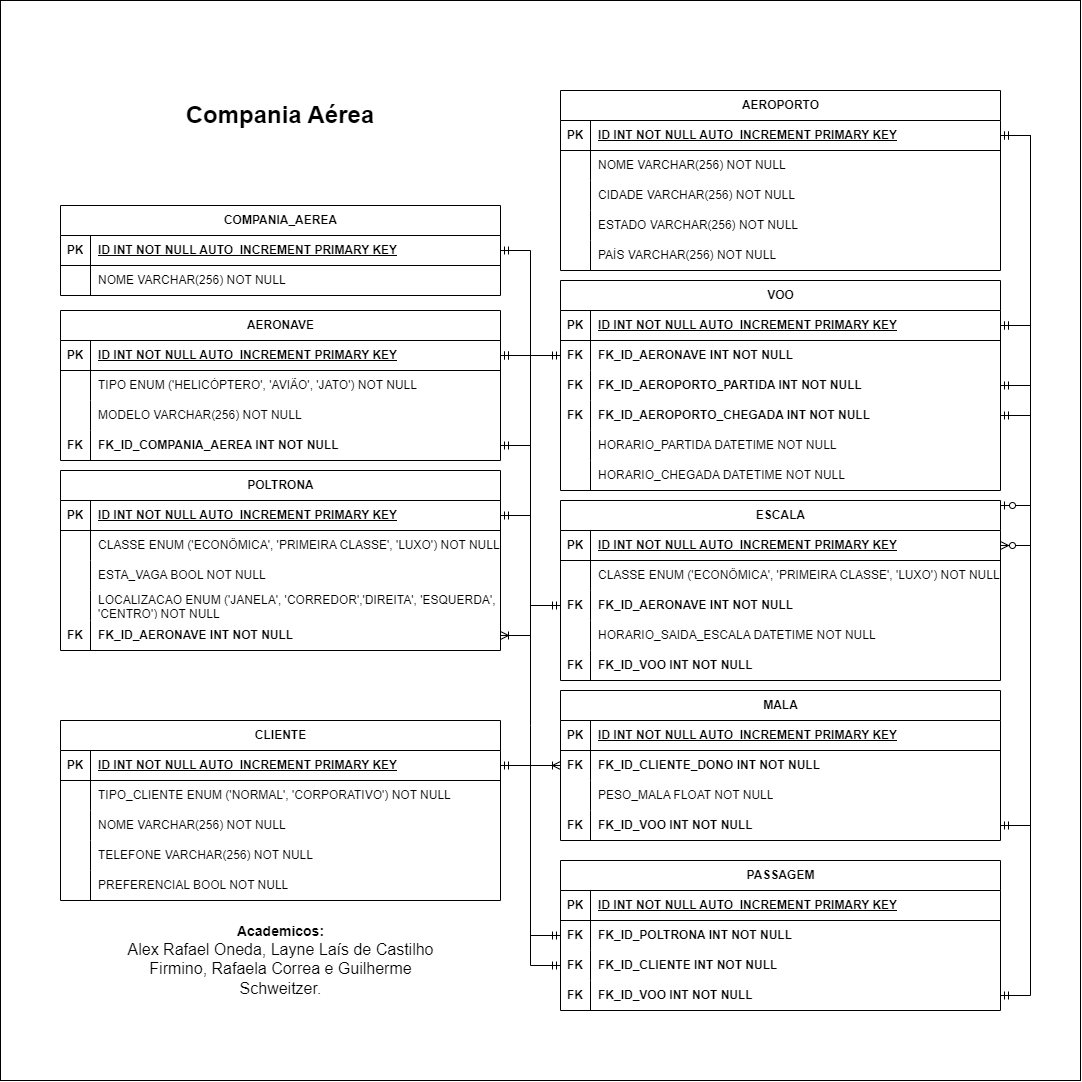
0neda/BD24-01 keeps this draw.io diagram as Sistema Aviação/ER-CompaniaAérea.png. Above is the earlier version. Source tidied: cells renumbered, new cells last; positions are measured from the earlier drawing's top-left corner, leaving out a move shared by most shapes.
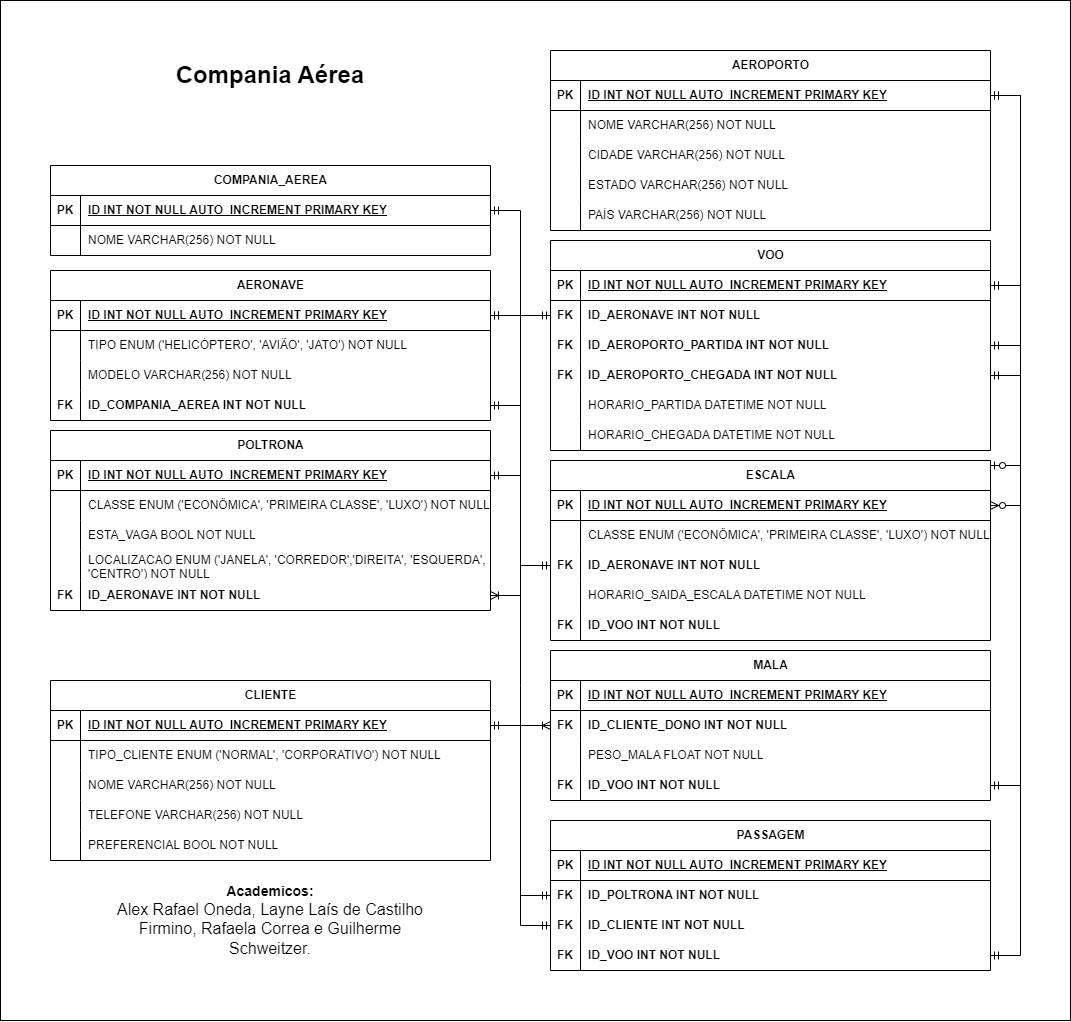
After the commit.

What changed in the source:
```diff
@@ -2,9 +2,9 @@
   <root>
     <mxCell id="0" />
     <mxCell id="1" parent="0" />
-    <mxCell id="2" style="whiteSpace=wrap;html=1;" parent="1" vertex="1">
-      <mxGeometry width="1080" height="1080" as="geometry" />
-    </mxCell>
+    <mxCell id="146" style="rounded=0;whiteSpace=wrap;html=1;" parent="1" vertex="1">
+      <mxGeometry x="10" y="40" width="1070" height="1020" as="geometry" />
+    </mxCell>
     <mxCell id="3" value="COMPANIA_AEREA" style="shape=table;startSize=30;rowLines=0;fontStyle=1;align=center;html=1;" parent="1" vertex="1">
       <mxGeometry x="60" y="205" width="440" height="90" as="geometry" />
     </mxCell>
@@ -53,7 +53,7 @@
     <mxCell id="18" style="shape=partialRectangle;fillColor=none;top=0;left=0;bottom=0;right=0;overflow=hidden;whiteSpace=wrap;html=1;" parent="17" vertex="1">
       <mxGeometry width="30" height="30" as="geometry" />
     </mxCell>
-    <mxCell id="19" value="MODELO VARCHAR(256) NOT NULL" style="shape=partialRectangle;fillColor=none;top=0;left=0;bottom=0;right=0;align=left;spacingLeft=6;overflow=hidden;whiteSpace=wrap;html=1;" parent="17" vertex="1">
+    <mxCell id="19" value="MODELO VARCHAR(256)&amp;nbsp;NOT NULL" style="shape=partialRectangle;fillColor=none;top=0;left=0;bottom=0;right=0;align=left;spacingLeft=6;overflow=hidden;whiteSpace=wrap;html=1;" parent="17" vertex="1">
       <mxGeometry x="30" width="410" height="30" as="geometry" />
     </mxCell>
     <mxCell id="20" style="shape=tableRow;horizontal=0;startSize=0;swimlaneHead=0;swimlaneBody=0;fillColor=none;points=[[0,0.5],[1,0.5]];portConstraint=eastwest;top=0;left=0;right=0;bottom=0;" parent="10" vertex="1">
@@ -62,7 +62,7 @@
     <mxCell id="21" value="FK" style="shape=partialRectangle;fillColor=none;top=0;left=0;bottom=0;right=0;overflow=hidden;whiteSpace=wrap;html=1;fontStyle=1;" parent="20" vertex="1">
       <mxGeometry width="30" height="30" as="geometry" />
     </mxCell>
-    <mxCell id="22" value="FK_ID_COMPANIA_AEREA INT NOT NULL" style="shape=partialRectangle;fillColor=none;top=0;left=0;bottom=0;right=0;align=left;spacingLeft=6;overflow=hidden;whiteSpace=wrap;html=1;fontStyle=1;" parent="20" vertex="1">
+    <mxCell id="22" value="ID_COMPANIA_AEREA INT NOT NULL" style="shape=partialRectangle;fillColor=none;top=0;left=0;bottom=0;right=0;align=left;spacingLeft=6;overflow=hidden;whiteSpace=wrap;html=1;fontStyle=1;" parent="20" vertex="1">
       <mxGeometry x="30" width="410" height="30" as="geometry" />
     </mxCell>
     <mxCell id="23" value="POLTRONA" style="shape=table;startSize=30;rowLines=0;fontStyle=1;align=center;html=1;" parent="1" vertex="1">
@@ -110,7 +110,7 @@
     <mxCell id="37" value="FK" style="shape=partialRectangle;fillColor=none;top=0;left=0;bottom=0;right=0;overflow=hidden;whiteSpace=wrap;html=1;fontStyle=1;" parent="36" vertex="1">
       <mxGeometry width="30" height="30" as="geometry" />
     </mxCell>
-    <mxCell id="38" value="FK_ID_AERONAVE INT NOT NULL" style="shape=partialRectangle;fillColor=none;top=0;left=0;bottom=0;right=0;align=left;spacingLeft=6;overflow=hidden;whiteSpace=wrap;html=1;fontStyle=1;" parent="36" vertex="1">
+    <mxCell id="38" value="ID_AERONAVE INT NOT NULL" style="shape=partialRectangle;fillColor=none;top=0;left=0;bottom=0;right=0;align=left;spacingLeft=6;overflow=hidden;whiteSpace=wrap;html=1;fontStyle=1;" parent="36" vertex="1">
       <mxGeometry x="30" width="410" height="30" as="geometry" />
     </mxCell>
     <mxCell id="39" value="AEROPORTO" style="shape=table;startSize=30;rowLines=0;fontStyle=1;align=center;html=1;" parent="1" vertex="1">
@@ -131,7 +131,7 @@
     <mxCell id="44" style="shape=partialRectangle;fillColor=none;top=0;left=0;bottom=0;right=0;overflow=hidden;whiteSpace=wrap;html=1;" parent="43" vertex="1">
       <mxGeometry width="30" height="30" as="geometry" />
     </mxCell>
-    <mxCell id="45" value="NOME VARCHAR(256) NOT NULL" style="shape=partialRectangle;fillColor=none;top=0;left=0;bottom=0;right=0;align=left;spacingLeft=6;overflow=hidden;whiteSpace=wrap;html=1;" parent="43" vertex="1">
+    <mxCell id="45" value="NOME VARCHAR(256)&amp;nbsp;NOT NULL" style="shape=partialRectangle;fillColor=none;top=0;left=0;bottom=0;right=0;align=left;spacingLeft=6;overflow=hidden;whiteSpace=wrap;html=1;" parent="43" vertex="1">
       <mxGeometry x="30" width="410" height="30" as="geometry" />
     </mxCell>
     <mxCell id="46" style="shape=tableRow;horizontal=0;startSize=0;swimlaneHead=0;swimlaneBody=0;fillColor=none;top=0;left=0;right=0;bottom=0;" parent="39" vertex="1">
@@ -188,7 +188,7 @@
     <mxCell id="63" value="FK" style="shape=partialRectangle;fillColor=none;top=0;left=0;bottom=0;right=0;overflow=hidden;whiteSpace=wrap;html=1;fontStyle=1;" parent="62" vertex="1">
       <mxGeometry width="30" height="30" as="geometry" />
     </mxCell>
-    <mxCell id="64" value="FK_ID_AERONAVE INT NOT NULL" style="shape=partialRectangle;fillColor=none;top=0;left=0;bottom=0;right=0;align=left;spacingLeft=6;overflow=hidden;whiteSpace=wrap;html=1;fontStyle=1;" parent="62" vertex="1">
+    <mxCell id="64" value="ID_AERONAVE INT NOT NULL" style="shape=partialRectangle;fillColor=none;top=0;left=0;bottom=0;right=0;align=left;spacingLeft=6;overflow=hidden;whiteSpace=wrap;html=1;fontStyle=1;" parent="62" vertex="1">
       <mxGeometry x="30" width="410" height="30" as="geometry" />
     </mxCell>
     <mxCell id="65" style="shape=tableRow;horizontal=0;startSize=0;swimlaneHead=0;swimlaneBody=0;fillColor=none;top=0;left=0;right=0;bottom=0;" parent="55" vertex="1">
@@ -206,7 +206,7 @@
     <mxCell id="69" value="FK" style="shape=partialRectangle;fillColor=none;top=0;left=0;bottom=0;right=0;overflow=hidden;whiteSpace=wrap;html=1;fontStyle=1;" parent="68" vertex="1">
       <mxGeometry width="30" height="30" as="geometry" />
     </mxCell>
-    <mxCell id="70" value="&lt;b&gt;FK_ID_VOO INT NOT NULL&lt;/b&gt;" style="shape=partialRectangle;fillColor=none;top=0;left=0;bottom=0;right=0;align=left;spacingLeft=6;overflow=hidden;whiteSpace=wrap;html=1;fontStyle=0;" parent="68" vertex="1">
+    <mxCell id="70" value="&lt;b&gt;ID_VOO INT NOT NULL&lt;/b&gt;" style="shape=partialRectangle;fillColor=none;top=0;left=0;bottom=0;right=0;align=left;spacingLeft=6;overflow=hidden;whiteSpace=wrap;html=1;fontStyle=0;" parent="68" vertex="1">
       <mxGeometry x="30" width="410" height="30" as="geometry" />
     </mxCell>
     <mxCell id="71" value="VOO" style="shape=table;startSize=30;rowLines=0;fontStyle=1;align=center;html=1;" parent="1" vertex="1">
@@ -227,7 +227,7 @@
     <mxCell id="76" value="FK" style="shape=partialRectangle;fillColor=none;top=0;left=0;bottom=0;right=0;overflow=hidden;whiteSpace=wrap;html=1;fontStyle=1;" parent="75" vertex="1">
       <mxGeometry width="30" height="30" as="geometry" />
     </mxCell>
-    <mxCell id="77" value="FK_ID_AERONAVE INT NOT NULL" style="shape=partialRectangle;fillColor=none;top=0;left=0;bottom=0;right=0;align=left;spacingLeft=6;overflow=hidden;whiteSpace=wrap;html=1;fontStyle=1;" parent="75" vertex="1">
+    <mxCell id="77" value="ID_AERONAVE INT NOT NULL" style="shape=partialRectangle;fillColor=none;top=0;left=0;bottom=0;right=0;align=left;spacingLeft=6;overflow=hidden;whiteSpace=wrap;html=1;fontStyle=1;" parent="75" vertex="1">
       <mxGeometry x="30" width="410" height="30" as="geometry" />
     </mxCell>
     <mxCell id="78" style="shape=tableRow;horizontal=0;startSize=0;swimlaneHead=0;swimlaneBody=0;fillColor=none;points=[[0,0.5],[1,0.5]];portConstraint=eastwest;top=0;left=0;right=0;bottom=0;" parent="71" vertex="1">
@@ -236,7 +236,7 @@
     <mxCell id="79" value="FK" style="shape=partialRectangle;fillColor=none;top=0;left=0;bottom=0;right=0;overflow=hidden;whiteSpace=wrap;html=1;fontStyle=1;" parent="78" vertex="1">
       <mxGeometry width="30" height="30" as="geometry" />
     </mxCell>
-    <mxCell id="80" value="FK_ID_AEROPORTO_PARTIDA INT NOT NULL" style="shape=partialRectangle;fillColor=none;top=0;left=0;bottom=0;right=0;align=left;spacingLeft=6;overflow=hidden;whiteSpace=wrap;html=1;fontStyle=1;" parent="78" vertex="1">
+    <mxCell id="80" value="ID_AEROPORTO_PARTIDA INT NOT NULL" style="shape=partialRectangle;fillColor=none;top=0;left=0;bottom=0;right=0;align=left;spacingLeft=6;overflow=hidden;whiteSpace=wrap;html=1;fontStyle=1;" parent="78" vertex="1">
       <mxGeometry x="30" width="410" height="30" as="geometry" />
     </mxCell>
     <mxCell id="81" style="shape=tableRow;horizontal=0;startSize=0;swimlaneHead=0;swimlaneBody=0;fillColor=none;points=[[0,0.5],[1,0.5]];portConstraint=eastwest;top=0;left=0;right=0;bottom=0;" parent="71" vertex="1">
@@ -245,7 +245,7 @@
     <mxCell id="82" value="FK" style="shape=partialRectangle;fillColor=none;top=0;left=0;bottom=0;right=0;overflow=hidden;whiteSpace=wrap;html=1;fontStyle=1;" parent="81" vertex="1">
       <mxGeometry width="30" height="30" as="geometry" />
     </mxCell>
-    <mxCell id="83" value="FK_ID_AEROPORTO_CHEGADA INT NOT NULL" style="shape=partialRectangle;fillColor=none;top=0;left=0;bottom=0;right=0;align=left;spacingLeft=6;overflow=hidden;whiteSpace=wrap;html=1;fontStyle=1;" parent="81" vertex="1">
+    <mxCell id="83" value="ID_AEROPORTO_CHEGADA INT NOT NULL" style="shape=partialRectangle;fillColor=none;top=0;left=0;bottom=0;right=0;align=left;spacingLeft=6;overflow=hidden;whiteSpace=wrap;html=1;fontStyle=1;" parent="81" vertex="1">
       <mxGeometry x="30" width="410" height="30" as="geometry" />
     </mxCell>
     <mxCell id="84" style="shape=tableRow;horizontal=0;startSize=0;swimlaneHead=0;swimlaneBody=0;fillColor=none;top=0;left=0;right=0;bottom=0;" parent="71" vertex="1">
@@ -332,7 +332,7 @@
     <mxCell id="111" value="FK" style="shape=partialRectangle;fillColor=none;top=0;left=0;bottom=0;right=0;overflow=hidden;whiteSpace=wrap;html=1;fontStyle=1;" parent="110" vertex="1">
       <mxGeometry width="30" height="30" as="geometry" />
     </mxCell>
-    <mxCell id="112" value="FK_ID_CLIENTE_DONO INT NOT NULL" style="shape=partialRectangle;fillColor=none;top=0;left=0;bottom=0;right=0;align=left;spacingLeft=6;overflow=hidden;whiteSpace=wrap;html=1;fontStyle=1;" parent="110" vertex="1">
+    <mxCell id="112" value="ID_CLIENTE_DONO INT NOT NULL" style="shape=partialRectangle;fillColor=none;top=0;left=0;bottom=0;right=0;align=left;spacingLeft=6;overflow=hidden;whiteSpace=wrap;html=1;fontStyle=1;" parent="110" vertex="1">
       <mxGeometry x="30" width="410" height="30" as="geometry" />
     </mxCell>
     <mxCell id="113" style="shape=tableRow;horizontal=0;startSize=0;swimlaneHead=0;swimlaneBody=0;fillColor=none;top=0;left=0;right=0;bottom=0;" parent="106" vertex="1">
@@ -350,7 +350,7 @@
     <mxCell id="117" value="FK" style="shape=partialRectangle;fillColor=none;top=0;left=0;bottom=0;right=0;overflow=hidden;whiteSpace=wrap;html=1;fontStyle=1;" parent="116" vertex="1">
       <mxGeometry width="30" height="30" as="geometry" />
     </mxCell>
-    <mxCell id="118" value="FK_ID_VOO INT NOT NULL" style="shape=partialRectangle;fillColor=none;top=0;left=0;bottom=0;right=0;align=left;spacingLeft=6;overflow=hidden;whiteSpace=wrap;html=1;fontStyle=1;" parent="116" vertex="1">
+    <mxCell id="118" value="ID_VOO INT NOT NULL" style="shape=partialRectangle;fillColor=none;top=0;left=0;bottom=0;right=0;align=left;spacingLeft=6;overflow=hidden;whiteSpace=wrap;html=1;fontStyle=1;" parent="116" vertex="1">
       <mxGeometry x="30" width="410" height="30" as="geometry" />
     </mxCell>
     <mxCell id="119" value="PASSAGEM" style="shape=table;startSize=30;rowLines=0;fontStyle=1;align=center;html=1;" parent="1" vertex="1">
@@ -371,7 +371,7 @@
     <mxCell id="124" value="FK" style="shape=partialRectangle;fillColor=none;top=0;left=0;bottom=0;right=0;overflow=hidden;whiteSpace=wrap;html=1;fontStyle=1;" parent="123" vertex="1">
       <mxGeometry width="30" height="30" as="geometry" />
     </mxCell>
-    <mxCell id="125" value="FK_ID_POLTRONA INT NOT NULL" style="shape=partialRectangle;fillColor=none;top=0;left=0;bottom=0;right=0;align=left;spacingLeft=6;overflow=hidden;whiteSpace=wrap;html=1;fontStyle=1;" parent="123" vertex="1">
+    <mxCell id="125" value="ID_POLTRONA INT NOT NULL" style="shape=partialRectangle;fillColor=none;top=0;left=0;bottom=0;right=0;align=left;spacingLeft=6;overflow=hidden;whiteSpace=wrap;html=1;fontStyle=1;" parent="123" vertex="1">
       <mxGeometry x="30" width="410" height="30" as="geometry" />
     </mxCell>
     <mxCell id="126" style="shape=tableRow;horizontal=0;startSize=0;swimlaneHead=0;swimlaneBody=0;fillColor=none;points=[[0,0.5],[1,0.5]];portConstraint=eastwest;top=0;left=0;right=0;bottom=0;" parent="119" vertex="1">
@@ -380,7 +380,7 @@
     <mxCell id="127" value="FK" style="shape=partialRectangle;fillColor=none;top=0;left=0;bottom=0;right=0;overflow=hidden;whiteSpace=wrap;html=1;fontStyle=1;" parent="126" vertex="1">
       <mxGeometry width="30" height="30" as="geometry" />
     </mxCell>
-    <mxCell id="128" value="FK_ID_CLIENTE INT NOT NULL" style="shape=partialRectangle;fillColor=none;top=0;left=0;bottom=0;right=0;align=left;spacingLeft=6;overflow=hidden;whiteSpace=wrap;html=1;fontStyle=1;" parent="126" vertex="1">
+    <mxCell id="128" value="ID_CLIENTE INT NOT NULL" style="shape=partialRectangle;fillColor=none;top=0;left=0;bottom=0;right=0;align=left;spacingLeft=6;overflow=hidden;whiteSpace=wrap;html=1;fontStyle=1;" parent="126" vertex="1">
       <mxGeometry x="30" width="410" height="30" as="geometry" />
     </mxCell>
     <mxCell id="129" style="shape=tableRow;horizontal=0;startSize=0;swimlaneHead=0;swimlaneBody=0;fillColor=none;points=[[0,0.5],[1,0.5]];portConstraint=eastwest;top=0;left=0;right=0;bottom=0;" parent="119" vertex="1">
@@ -389,7 +389,7 @@
     <mxCell id="130" value="FK" style="shape=partialRectangle;fillColor=none;top=0;left=0;bottom=0;right=0;overflow=hidden;whiteSpace=wrap;html=1;fontStyle=1;" parent="129" vertex="1">
       <mxGeometry width="30" height="30" as="geometry" />
     </mxCell>
-    <mxCell id="131" value="FK_ID_VOO INT NOT NULL" style="shape=partialRectangle;fillColor=none;top=0;left=0;bottom=0;right=0;align=left;spacingLeft=6;overflow=hidden;whiteSpace=wrap;html=1;fontStyle=1;" parent="129" vertex="1">
+    <mxCell id="131" value="ID_VOO INT NOT NULL" style="shape=partialRectangle;fillColor=none;top=0;left=0;bottom=0;right=0;align=left;spacingLeft=6;overflow=hidden;whiteSpace=wrap;html=1;fontStyle=1;" parent="129" vertex="1">
       <mxGeometry x="30" width="410" height="30" as="geometry" />
     </mxCell>
     <mxCell id="132" style="edgeStyle=entityRelationEdgeStyle;fontSize=12;html=1;endArrow=ERmandOne;startArrow=ERmandOne;rounded=0;" parent="1" edge="1" source="20" target="4">
```
